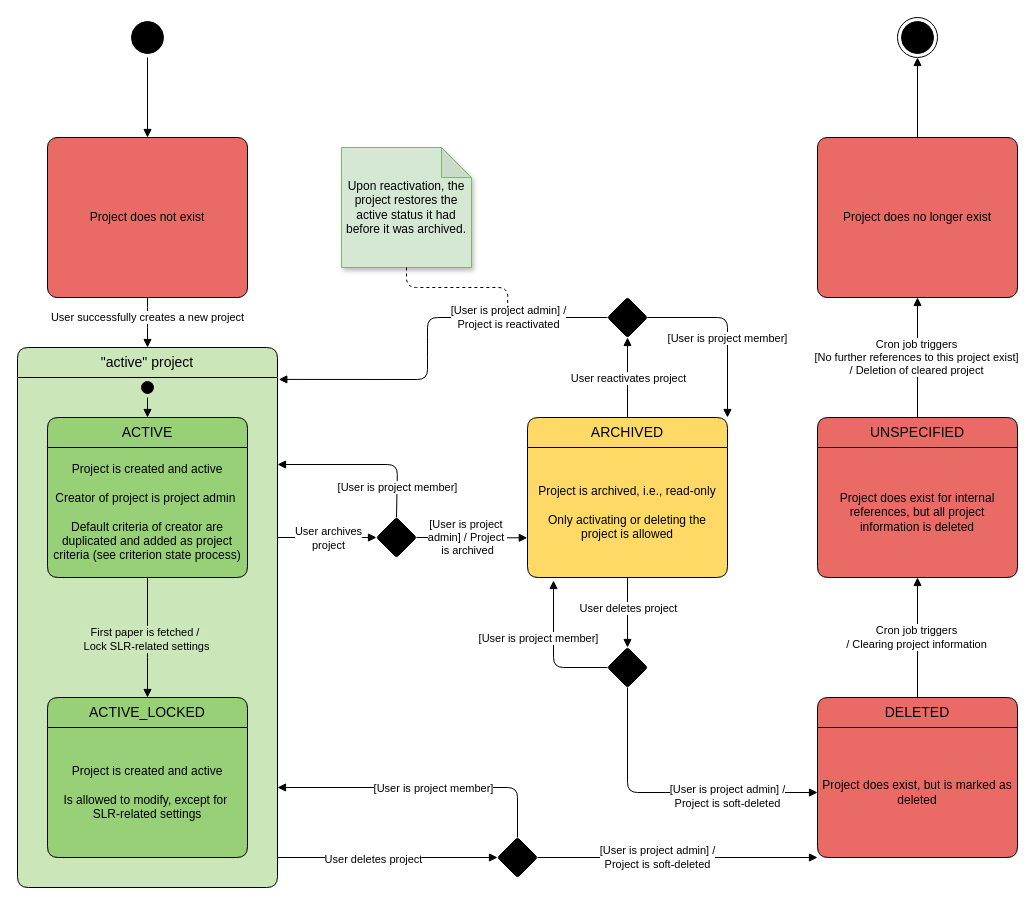
This is page "Project Lifecycle" (5 of 7) of SnowballR Diagrams.drawio from SE-UUlm/snowballr, a draw.io file, before an edit. Source tidied: cells renumbered, new cells numbered last; positions are measured from the earlier drawing's top-left corner, leaving out a move shared by most shapes. Both pictures are drawn from the tidied source at 100%, with x=0, y=0 at pixel (17, 17).
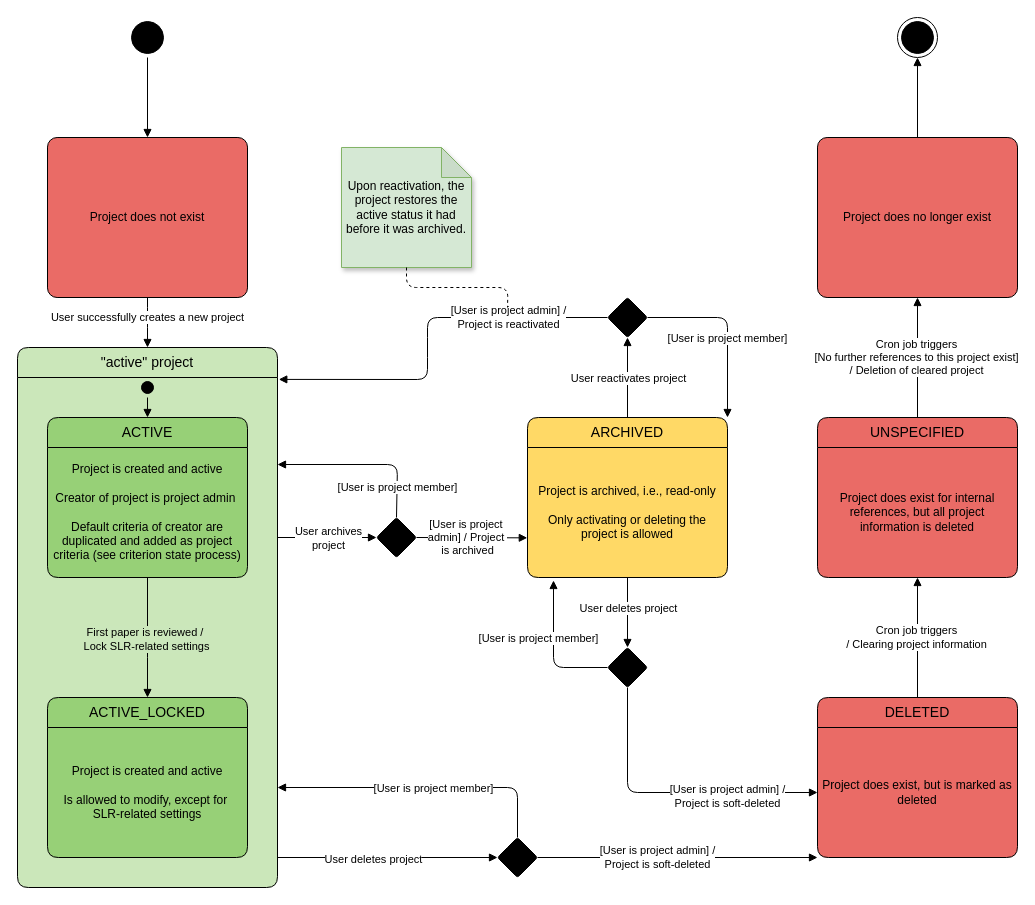
Above is the later version.

Commit message (it also covers changes not shown here):
chore: correct condition in project lifecycle diagram when project is ACTIVE_LOCKED

Unchanged cells that the change refers to:
```xml
<mxCell id="9" style="edgeStyle=orthogonalEdgeStyle;rounded=1;jettySize=auto;html=1;exitX=0.5;exitY=1;exitDx=0;exitDy=0;entryX=0.5;entryY=0;entryDx=0;entryDy=0;curved=0;endArrow=block;endFill=1;" parent="1" edge="1" target="7">
  <mxGeometry relative="1" as="geometry">
    <mxPoint x="130" y="560" as="sourcePoint" />
    <Array as="points">
      <mxPoint x="130" y="630" />
      <mxPoint x="130" y="630" />
    </Array>
  </mxGeometry>
</mxCell>
```

Diff of the diagram source:
```diff
@@
-    <mxCell id="10" value="First paper is fetched /&amp;nbsp;&lt;div&gt;Lock SLR-related settings&lt;/div&gt;" style="edgeLabel;html=1;align=center;verticalAlign=middle;labelBackgroundColor=light-dark(#cbe7bb, #ededed);" parent="9" vertex="1">
+    <mxCell id="10" value="First paper is reviewed /&amp;nbsp;&lt;div&gt;Lock SLR-related settings&lt;/div&gt;" style="edgeLabel;html=1;align=center;verticalAlign=middle;labelBackgroundColor=light-dark(#cbe7bb, #ededed);" parent="9" vertex="1">
       <mxGeometry x="0.36" y="-1" relative="1" as="geometry">
         <mxPoint x="-1" y="-21" as="offset" />
       </mxGeometry>
     </mxCell>
```
